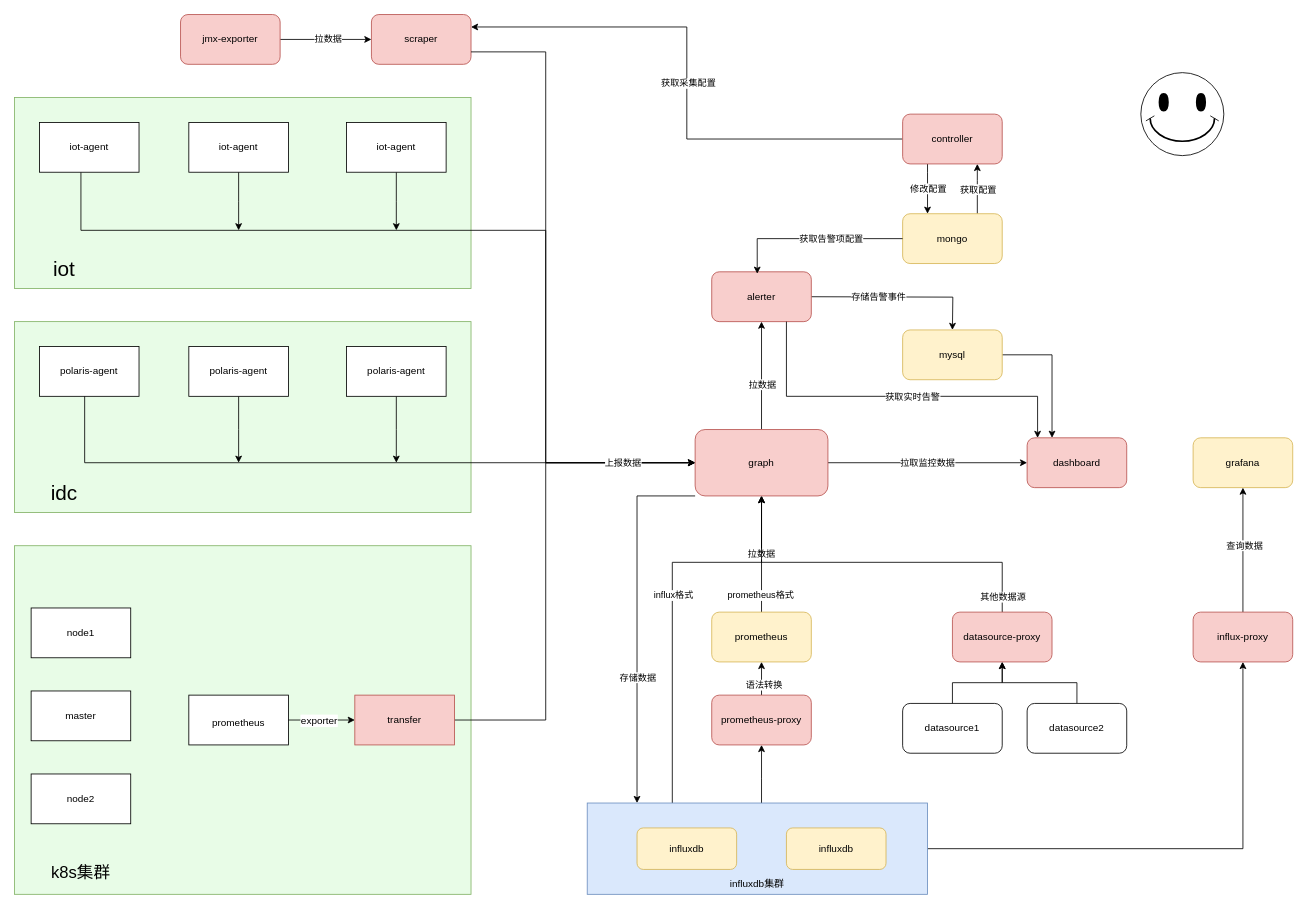
The draw.io diagram polaris框架.drawio in wupei-w/diagrams, before the edit. Source tidied: cells renumbered, new cells numbered last; positions are measured from the earlier drawing's top-left corner, leaving out a move shared by most shapes. Both pictures are drawn from the tidied source at 83%, with x=0, y=0 at pixel (14, 14).
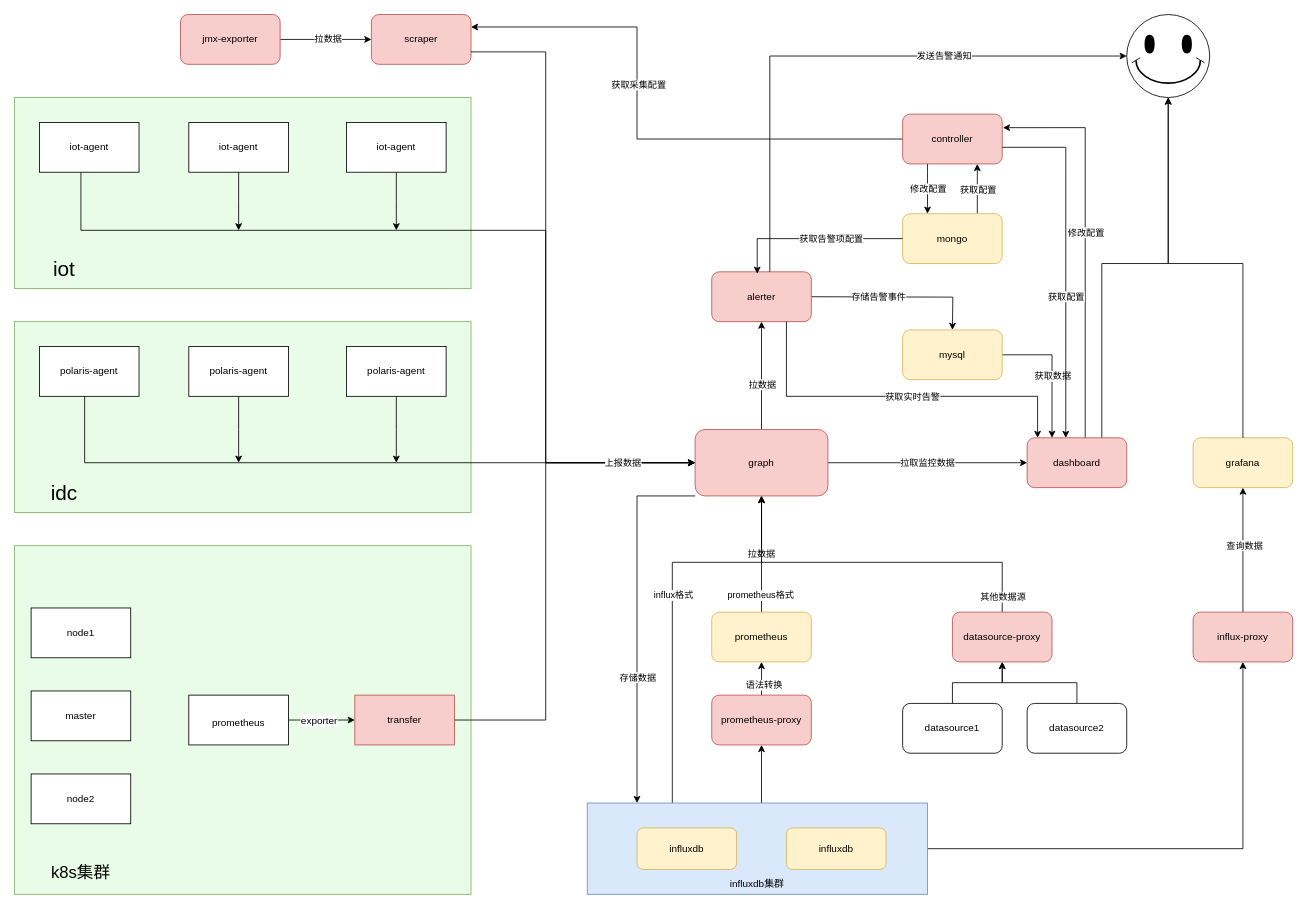
After the change.

The change refers to these unchanged cells:
```xml
<mxCell id="7" value="dashboard" style="rounded=1;whiteSpace=wrap;html=1;fillColor=#f8cecc;strokeColor=#b85450;" parent="1" vertex="1">
  <mxGeometry x="1220" y="510" width="120" height="60" as="geometry" />
</mxCell>
<mxCell id="17" value="alerter" style="rounded=1;whiteSpace=wrap;html=1;fillColor=#f8cecc;strokeColor=#b85450;" parent="1" vertex="1">
  <mxGeometry x="840" y="310" width="120" height="60" as="geometry" />
</mxCell>
<mxCell id="37" value="grafana" style="rounded=1;whiteSpace=wrap;html=1;fillColor=#fff2cc;strokeColor=#d6b656;" parent="1" vertex="1">
  <mxGeometry x="1420" y="510" width="120" height="60" as="geometry" />
</mxCell>
<mxCell id="38" value="scraper" style="rounded=1;whiteSpace=wrap;html=1;fillColor=#f8cecc;strokeColor=#b85450;" parent="1" vertex="1">
  <mxGeometry x="430" width="120" height="60" as="geometry" />
</mxCell>
<mxCell id="52" style="edgeStyle=orthogonalEdgeStyle;rounded=0;jettySize=auto;html=1;entryX=0.25;entryY=0;entryDx=0;entryDy=0;" parent="1" edge="1" source="53" target="7">
  <mxGeometry relative="1" as="geometry" />
</mxCell>
<mxCell id="80" value="controller" style="rounded=1;whiteSpace=wrap;html=1;fillColor=#f8cecc;strokeColor=#b85450;" parent="1" vertex="1">
  <mxGeometry x="1070" y="120" width="120" height="60" as="geometry" />
</mxCell>
```

What changed in the source:
```diff
@@
+    <mxCell id="85" style="edgeStyle=orthogonalEdgeStyle;rounded=0;jettySize=auto;html=1;" parent="1" edge="1" source="7" target="65">
+      <mxGeometry relative="1" as="geometry">
+        <Array as="points">
+          <mxPoint x="1310" y="300" />
+          <mxPoint x="1390" y="300" />
+        </Array>
+      </mxGeometry>
+    </mxCell>
+    <mxCell id="86" style="edgeStyle=orthogonalEdgeStyle;rounded=0;jettySize=auto;html=1;entryX=1.007;entryY=0.272;entryDx=0;entryDy=0;entryPerimeter=0;" parent="1" edge="1" source="7" target="80">
+      <mxGeometry relative="1" as="geometry">
+        <Array as="points">
+          <mxPoint x="1290" y="136" />
+        </Array>
+      </mxGeometry>
+    </mxCell>
+    <mxCell id="87" value="修改配置" style="edgeLabel;html=1;align=center;verticalAlign=middle;" parent="86" vertex="1">
+      <mxGeometry x="0.05" relative="1" as="geometry" />
+    </mxCell>
@@
+    <mxCell id="88" value="获取数据" style="edgeLabel;html=1;align=center;verticalAlign=middle;" parent="52" vertex="1">
+      <mxGeometry x="0.06" relative="1" as="geometry" />
+    </mxCell>
@@
     <mxCell id="65" style="verticalLabelPosition=bottom;verticalAlign=top;html=1;shape=mxgraph.basic.smiley;" parent="1" vertex="1">
-      <mxGeometry x="1357" y="70" width="100" height="100" as="geometry" />
+      <mxGeometry x="1340" width="100" height="100" as="geometry" />
     </mxCell>
@@
     <mxCell id="76" style="edgeStyle=orthogonalEdgeStyle;rounded=0;jettySize=auto;html=1;entryX=1;entryY=0.25;entryDx=0;entryDy=0;" parent="1" edge="1" source="80" target="38">
-      <mxGeometry relative="1" as="geometry" />
+      <mxGeometry relative="1" as="geometry">
+        <Array as="points">
+          <mxPoint x="750" y="150" />
+          <mxPoint x="750" y="15" />
+        </Array>
+      </mxGeometry>
     </mxCell>
     <mxCell id="77" value="获取采集配置" style="edgeLabel;html=1;align=center;verticalAlign=middle;" parent="76" vertex="1">
-      <mxGeometry y="-1" relative="1" as="geometry" />
+      <mxGeometry x="0.18" y="-1" relative="1" as="geometry" />
     </mxCell>
@@
+    <mxCell id="89" style="edgeStyle=orthogonalEdgeStyle;rounded=0;jettySize=auto;html=1;entryX=0.388;entryY=0.002;entryDx=0;entryDy=0;entryPerimeter=0;" parent="1" edge="1" source="80" target="7">
+      <mxGeometry relative="1" as="geometry">
+        <Array as="points">
+          <mxPoint x="1267" y="160" />
+        </Array>
+      </mxGeometry>
+    </mxCell>
+    <mxCell id="90" value="获取配置" style="edgeLabel;html=1;align=center;verticalAlign=middle;" parent="89" vertex="1">
+      <mxGeometry x="0.2" relative="1" as="geometry" />
+    </mxCell>
+    <mxCell id="91" style="edgeStyle=orthogonalEdgeStyle;rounded=0;jettySize=auto;html=1;entryX=0;entryY=0.5;entryDx=0;entryDy=0;entryPerimeter=0;" parent="1" edge="1" source="17" target="65">
+      <mxGeometry relative="1" as="geometry">
+        <Array as="points">
+          <mxPoint x="910" y="50" />
+        </Array>
+      </mxGeometry>
+    </mxCell>
+    <mxCell id="92" value="发送告警通知" style="edgeLabel;html=1;align=center;verticalAlign=middle;" parent="91" vertex="1">
+      <mxGeometry x="0.36" y="1" relative="1" as="geometry" />
+    </mxCell>
+    <mxCell id="93" style="edgeStyle=orthogonalEdgeStyle;rounded=0;jettySize=auto;html=1;entryX=0.5;entryY=1;entryDx=0;entryDy=0;entryPerimeter=0;" parent="1" edge="1" source="37" target="65">
+      <mxGeometry relative="1" as="geometry">
+        <Array as="points">
+          <mxPoint x="1480" y="300" />
+          <mxPoint x="1390" y="300" />
+        </Array>
+      </mxGeometry>
+    </mxCell>
```
